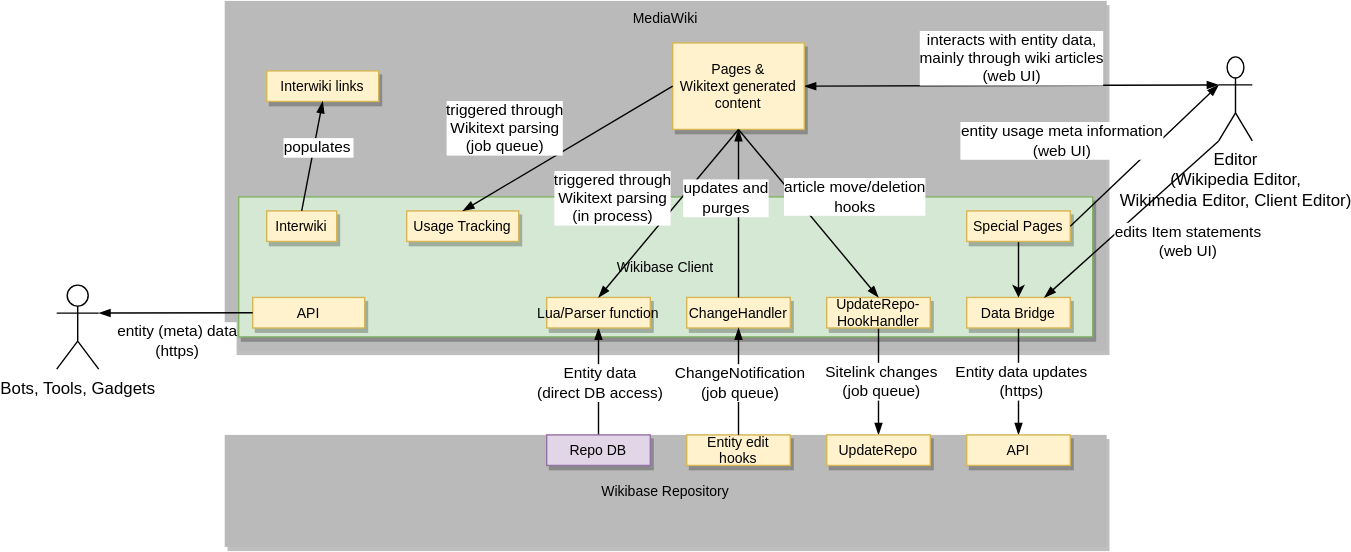
Before: systems/WikibaseClient/diagrams/03-technical-context.drawio.svg, a diagram exported from draw.io (wmde/wikidata-wikibase-architecture). Source tidied: cells renumbered, new cells last; positions are measured from the earlier drawing's top-left corner, leaving out a move shared by most shapes. Source of this version:
```xml
<mxGraphModel>
  <root>
    <mxCell id="0" />
    <mxCell id="1" parent="0" />
    <mxCell id="2" value="MediaWiki" style="rounded=0;shadow=1;fontSize=10;fontColor=#000000;strokeColor=none;direction=west;fillColor=#BABABA;verticalAlign=top;" parent="1" vertex="1">
      <mxGeometry x="120" width="630" height="250" as="geometry" />
    </mxCell>
    <mxCell id="3" value="Wikibase Repo" style="rounded=0;shadow=1;fontSize=10;fontColor=#000000;strokeColor=none;direction=west;fillColor=#BABABA;" parent="1" vertex="1">
      <mxGeometry x="120" y="310" width="630" height="80" as="geometry" />
    </mxCell>
    <mxCell id="4" style="endArrow=blockThin;strokeColor=#000000;fontSize=10;fontColor=#000000;strokeWidth=1;endFill=1;entryX=0;entryY=0.5;entryDx=0;entryDy=0;exitX=0;exitY=0.3333333333333333;exitDx=0;exitDy=0;exitPerimeter=0;startArrow=blockThin;startFill=1;" parent="1" edge="1" source="30" target="23">
      <mxGeometry relative="1" as="geometry" />
    </mxCell>
    <mxCell id="5" value="interacts with&amp;nbsp;entity data,&lt;br&gt;mainly through wiki articles&lt;br&gt;(web UI)" style="edgeLabel;html=1;align=center;verticalAlign=middle;" parent="4" vertex="1">
      <mxGeometry x="0.24" y="-1" relative="1" as="geometry">
        <mxPoint x="35" y="-19.6" as="offset" />
      </mxGeometry>
    </mxCell>
    <mxCell id="6" value="WikibaseClient" style="rounded=0;shadow=1;fontSize=10;strokeColor=#82b366;direction=west;fillColor=#d5e8d4;" parent="1" vertex="1">
      <mxGeometry x="130" y="140" width="610" height="100" as="geometry" />
    </mxCell>
    <mxCell id="7" style="rounded=0;jettySize=auto;html=1;endArrow=blockThin;endFill=1;exitX=0.5;exitY=0;exitDx=0;exitDy=0;" parent="1" edge="1" source="17" target="18">
      <mxGeometry relative="1" as="geometry" />
    </mxCell>
    <mxCell id="8" value="Sitelink changes&lt;br&gt;(job queue)" style="edgeLabel;html=1;align=center;verticalAlign=middle;" parent="7" vertex="1">
      <mxGeometry x="0.2" relative="1" as="geometry">
        <mxPoint x="1.2" y="-8" as="offset" />
      </mxGeometry>
    </mxCell>
    <mxCell id="9" style="rounded=0;jettySize=auto;html=1;entryX=0.5;entryY=0.542;entryDx=0;entryDy=0;endArrow=none;endFill=0;startArrow=blockThin;startFill=1;strokeWidth=1;entryPerimeter=0;exitX=0.5;exitY=0;exitDx=0;exitDy=0;" parent="1" edge="1" source="15" target="16">
      <mxGeometry relative="1" as="geometry" />
    </mxCell>
    <mxCell id="10" value="Entity data&lt;br&gt;(direct DB access)" style="edgeLabel;html=1;align=center;verticalAlign=middle;" parent="9" vertex="1">
      <mxGeometry x="0.14" y="-1" relative="1" as="geometry">
        <mxPoint x="1" y="-9.8" as="offset" />
      </mxGeometry>
    </mxCell>
    <mxCell id="11" style="rounded=0;jettySize=auto;html=1;endArrow=blockThin;endFill=1;entryX=0.5;entryY=1;entryDx=0;entryDy=0;exitX=0.5;exitY=0;exitDx=0;exitDy=0;" parent="1" edge="1" source="13" target="14">
      <mxGeometry relative="1" as="geometry" />
    </mxCell>
    <mxCell id="12" value="Entity data updates&lt;br&gt;(https)" style="edgeLabel;html=1;align=center;verticalAlign=middle;" parent="11" vertex="1">
      <mxGeometry x="0.2" relative="1" as="geometry">
        <mxPoint x="1.2" y="-8" as="offset" />
      </mxGeometry>
    </mxCell>
    <mxCell id="13" value="Data Bridge" style="rounded=0;shadow=1;fontSize=10;strokeColor=#d6b656;direction=west;fillColor=#fff2cc;" parent="1" vertex="1">
      <mxGeometry x="650" y="211.8" width="74" height="21.8" as="geometry" />
    </mxCell>
    <mxCell id="14" value="API" style="rounded=0;shadow=1;fontSize=10;strokeColor=#d6b656;direction=west;fillColor=#fff2cc;" parent="1" vertex="1">
      <mxGeometry x="650" y="310" width="74" height="21.8" as="geometry" />
    </mxCell>
    <mxCell id="15" value="Lua/Parser function" style="rounded=0;shadow=1;fontSize=10;strokeColor=#d6b656;direction=west;fillColor=#fff2cc;" parent="1" vertex="1">
      <mxGeometry x="350" y="211.8" width="74" height="21.8" as="geometry" />
    </mxCell>
    <mxCell id="16" value="Repo DB" style="rounded=0;shadow=1;fontSize=10;strokeColor=#9673a6;direction=west;fillColor=#e1d5e7;" parent="1" vertex="1">
      <mxGeometry x="350" y="310" width="74" height="21.8" as="geometry" />
    </mxCell>
    <mxCell id="17" value="UpdateRepo-&#10;HookHandler" style="rounded=0;shadow=1;fontSize=10;strokeColor=#d6b656;direction=west;fillColor=#fff2cc;" parent="1" vertex="1">
      <mxGeometry x="550" y="211.8" width="74" height="21.8" as="geometry" />
    </mxCell>
    <mxCell id="18" value="UpdateRepo" style="rounded=0;shadow=1;fontSize=10;strokeColor=#d6b656;direction=west;fillColor=#fff2cc;" parent="1" vertex="1">
      <mxGeometry x="550" y="310" width="74" height="21.8" as="geometry" />
    </mxCell>
    <mxCell id="19" value="ChangeHandler" style="rounded=0;shadow=1;fontSize=10;strokeColor=#d6b656;direction=west;fillColor=#fff2cc;" parent="1" vertex="1">
      <mxGeometry x="450" y="211.8" width="74" height="21.8" as="geometry" />
    </mxCell>
    <mxCell id="20" value="Entity edit&#10;hooks" style="rounded=0;shadow=1;fontSize=10;strokeColor=#d6b656;direction=west;fillColor=#fff2cc;" parent="1" vertex="1">
      <mxGeometry x="450" y="310" width="74" height="21.8" as="geometry" />
    </mxCell>
    <mxCell id="21" style="rounded=0;jettySize=auto;html=1;endArrow=blockThin;endFill=1;entryX=0.5;entryY=0;entryDx=0;entryDy=0;exitX=0.5;exitY=1;exitDx=0;exitDy=0;" parent="1" edge="1" source="20" target="19">
      <mxGeometry relative="1" as="geometry" />
    </mxCell>
    <mxCell id="22" value="ChangeNotification&lt;br&gt;(job queue)" style="edgeLabel;html=1;align=center;verticalAlign=middle;" parent="21" vertex="1">
      <mxGeometry x="0.2" relative="1" as="geometry">
        <mxPoint x="0.1" y="8" as="offset" />
      </mxGeometry>
    </mxCell>
    <mxCell id="23" value="Pages &amp; &#10;Wikitext generated&#10;content" style="rounded=0;shadow=1;fontSize=10;strokeColor=#d6b656;direction=west;fillColor=#fff2cc;" parent="1" vertex="1">
      <mxGeometry x="440" y="30" width="94" height="61.8" as="geometry" />
    </mxCell>
    <mxCell id="24" style="rounded=0;jettySize=auto;html=1;endArrow=blockThin;endFill=1;exitX=0.5;exitY=0;exitDx=0;exitDy=0;entryX=0.5;entryY=1;entryDx=0;entryDy=0;" parent="1" edge="1" source="23" target="15">
      <mxGeometry relative="1" as="geometry" />
    </mxCell>
    <mxCell id="25" value="triggered through&lt;br&gt;Wikitext parsing&lt;br&gt;(in process)" style="edgeLabel;html=1;align=center;verticalAlign=middle;" parent="24" vertex="1">
      <mxGeometry x="0.2" relative="1" as="geometry">
        <mxPoint x="-30" y="-23.8" as="offset" />
      </mxGeometry>
    </mxCell>
    <mxCell id="26" style="rounded=0;jettySize=auto;html=1;endArrow=blockThin;endFill=1;entryX=0.5;entryY=0;entryDx=0;entryDy=0;exitX=0.5;exitY=1;exitDx=0;exitDy=0;" parent="1" edge="1" source="19" target="23">
      <mxGeometry relative="1" as="geometry" />
    </mxCell>
    <mxCell id="27" value="updates and&lt;br&gt;purges" style="edgeLabel;html=1;align=center;verticalAlign=middle;" parent="26" vertex="1">
      <mxGeometry x="0.2" relative="1" as="geometry">
        <mxPoint x="-10" y="0.2" as="offset" />
      </mxGeometry>
    </mxCell>
    <mxCell id="28" style="rounded=0;jettySize=auto;html=1;endArrow=blockThin;endFill=1;exitX=0.5;exitY=0;exitDx=0;exitDy=0;entryX=0.5;entryY=1;entryDx=0;entryDy=0;" parent="1" edge="1" source="23" target="17">
      <mxGeometry relative="1" as="geometry" />
    </mxCell>
    <mxCell id="29" value="article move/deletion&lt;br&gt;hooks" style="edgeLabel;html=1;align=center;verticalAlign=middle;" parent="28" vertex="1">
      <mxGeometry x="0.2" relative="1" as="geometry">
        <mxPoint x="21.9" y="-24.1" as="offset" />
      </mxGeometry>
    </mxCell>
    <mxCell id="30" value="Editor&lt;br&gt;(Wikipedia Editor,&lt;br&gt;Wikimedia Editor, Client Editor)" style="shape=umlActor;verticalLabelPosition=bottom;verticalAlign=top;html=1;outlineConnect=0;" parent="1" vertex="1">
      <mxGeometry x="830" y="40" width="24" height="60" as="geometry" />
    </mxCell>
    <mxCell id="31" style="endArrow=blockThin;strokeColor=#000000;fontSize=10;fontColor=#000000;strokeWidth=1;endFill=1;entryX=0.25;entryY=1;entryDx=0;entryDy=0;exitX=0;exitY=1;exitDx=0;exitDy=0;exitPerimeter=0;" parent="1" edge="1" source="30" target="13">
      <mxGeometry relative="1" as="geometry" />
    </mxCell>
    <mxCell id="32" value="edits Item statements&lt;br&gt;(web UI)" style="edgeLabel;html=1;align=center;verticalAlign=middle;" parent="31" vertex="1">
      <mxGeometry x="0.24" y="-1" relative="1" as="geometry">
        <mxPoint x="55.3" y="3.1" as="offset" />
      </mxGeometry>
    </mxCell>
    <mxCell id="33" style="edgeStyle=orthogonalEdgeStyle;rounded=0;jettySize=auto;html=1;" parent="1" edge="1" source="34" target="13">
      <mxGeometry relative="1" as="geometry" />
    </mxCell>
    <mxCell id="34" value="Special Pages" style="rounded=0;shadow=1;fontSize=10;strokeColor=#d6b656;direction=west;fillColor=#fff2cc;" parent="1" vertex="1">
      <mxGeometry x="650" y="150" width="74" height="21.8" as="geometry" />
    </mxCell>
    <mxCell id="35" style="endArrow=blockThin;strokeColor=#000000;fontSize=10;fontColor=#000000;strokeWidth=1;endFill=1;entryX=0;entryY=0.3333333333333333;entryDx=0;entryDy=0;exitX=0;exitY=0.5;exitDx=0;exitDy=0;entryPerimeter=0;" parent="1" edge="1" source="34" target="30">
      <mxGeometry relative="1" as="geometry" />
    </mxCell>
    <mxCell id="36" value="entity usage meta information&lt;br&gt;(web UI)" style="edgeLabel;html=1;align=center;verticalAlign=middle;" parent="35" vertex="1">
      <mxGeometry x="0.24" y="-1" relative="1" as="geometry">
        <mxPoint x="-72.6" y="0.9" as="offset" />
      </mxGeometry>
    </mxCell>
    <mxCell id="37" value="API" style="rounded=0;shadow=1;fontSize=10;strokeColor=#d6b656;direction=west;fillColor=#fff2cc;" parent="1" vertex="1">
      <mxGeometry x="140" y="211.8" width="80" height="21.8" as="geometry" />
    </mxCell>
    <mxCell id="38" value="Bots, Tools, Gadgets" style="shape=umlActor;verticalLabelPosition=bottom;verticalAlign=top;html=1;outlineConnect=0;" parent="1" vertex="1">
      <mxGeometry y="203" width="30" height="60" as="geometry" />
    </mxCell>
    <mxCell id="39" style="endArrow=blockThin;strokeColor=#000000;fontSize=10;fontColor=#000000;strokeWidth=1;endFill=1;entryX=1;entryY=0.3333333333333333;entryDx=0;entryDy=0;exitX=1;exitY=0.5;exitDx=0;exitDy=0;entryPerimeter=0;" parent="1" edge="1" source="37" target="38">
      <mxGeometry relative="1" as="geometry" />
    </mxCell>
    <mxCell id="40" value="entity (meta) data&lt;br&gt;(https)" style="edgeLabel;html=1;align=center;verticalAlign=middle;" parent="39" vertex="1">
      <mxGeometry x="0.24" y="-1" relative="1" as="geometry">
        <mxPoint x="14" y="20.6" as="offset" />
      </mxGeometry>
    </mxCell>
    <mxCell id="41" value="Usage Tracking" style="rounded=0;shadow=1;fontSize=10;strokeColor=#d6b656;direction=west;fillColor=#fff2cc;" parent="1" vertex="1">
      <mxGeometry x="250" y="150" width="80" height="21.8" as="geometry" />
    </mxCell>
    <mxCell id="42" style="rounded=0;jettySize=auto;html=1;endArrow=blockThin;endFill=1;exitX=1;exitY=0.5;exitDx=0;exitDy=0;entryX=0.5;entryY=1;entryDx=0;entryDy=0;" parent="1" edge="1" source="23" target="41">
      <mxGeometry relative="1" as="geometry" />
    </mxCell>
    <mxCell id="43" value="triggered through&lt;br&gt;Wikitext parsing&lt;br&gt;(job queue)" style="edgeLabel;html=1;align=center;verticalAlign=middle;" parent="42" vertex="1">
      <mxGeometry x="0.2" relative="1" as="geometry">
        <mxPoint x="-30" y="-23.8" as="offset" />
      </mxGeometry>
    </mxCell>
    <mxCell id="44" value="Interwiki" style="rounded=0;shadow=1;fontSize=10;strokeColor=#d6b656;direction=west;fillColor=#fff2cc;" parent="1" vertex="1">
      <mxGeometry x="150" y="150" width="50" height="21.8" as="geometry" />
    </mxCell>
    <mxCell id="45" value="Interwiki links" style="rounded=0;shadow=1;fontSize=10;strokeColor=#d6b656;direction=west;fillColor=#fff2cc;" parent="1" vertex="1">
      <mxGeometry x="150" y="50" width="80" height="21.8" as="geometry" />
    </mxCell>
    <mxCell id="46" style="rounded=0;jettySize=auto;endArrow=blockThin;endFill=1;entryX=0.5;entryY=0;entryDx=0;entryDy=0;exitX=0.5;exitY=1;exitDx=0;exitDy=0;" parent="1" edge="1" source="44" target="45">
      <mxGeometry relative="1" as="geometry" />
    </mxCell>
    <mxCell id="47" value="populates" style="edgeLabel;align=center;verticalAlign=middle;" parent="46" vertex="1">
      <mxGeometry x="0.2" relative="1" as="geometry">
        <mxPoint x="1.9" y="0.4" as="offset" />
      </mxGeometry>
    </mxCell>
  </root>
</mxGraphModel>
```
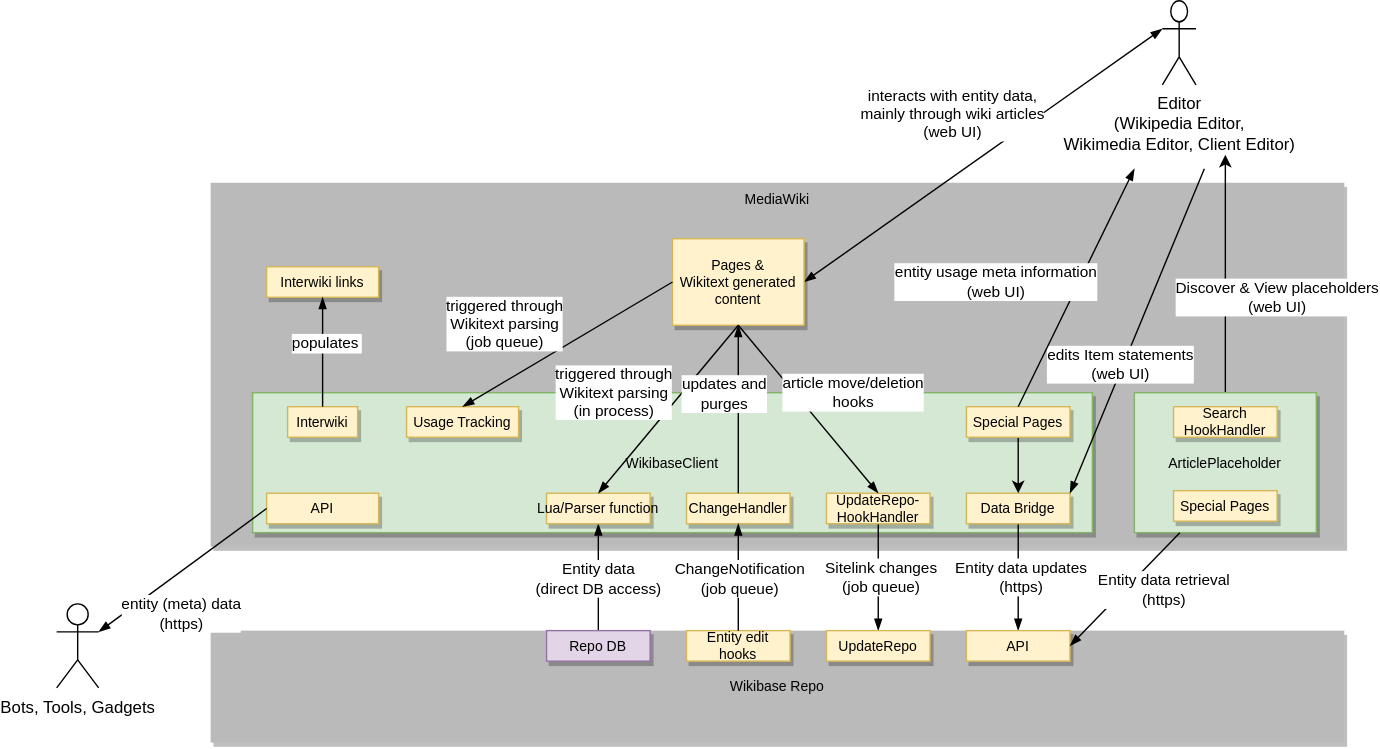
After the change.

Commit message:
Client: Add ArticlePlaceholder to tech context (#132)

* Client: Add ArticlePlaceholder to technical context

* Client: Add ArticlePlaceholder bits to tech context table

What changed in the source:
```diff
@@ -3,21 +3,21 @@
     <mxCell id="0" />
     <mxCell id="1" parent="0" />
     <mxCell id="2" value="MediaWiki" style="rounded=0;shadow=1;fontSize=10;fontColor=#000000;strokeColor=none;direction=west;fillColor=#BABABA;verticalAlign=top;" parent="1" vertex="1">
-      <mxGeometry x="120" width="630" height="250" as="geometry" />
+      <mxGeometry x="110" y="-10" width="810" height="260" as="geometry" />
     </mxCell>
     <mxCell id="3" value="Wikibase Repo" style="rounded=0;shadow=1;fontSize=10;fontColor=#000000;strokeColor=none;direction=west;fillColor=#BABABA;" parent="1" vertex="1">
-      <mxGeometry x="120" y="310" width="630" height="80" as="geometry" />
+      <mxGeometry x="110" y="310" width="810" height="80" as="geometry" />
     </mxCell>
     <mxCell id="4" style="endArrow=blockThin;strokeColor=#000000;fontSize=10;fontColor=#000000;strokeWidth=1;endFill=1;entryX=0;entryY=0.5;entryDx=0;entryDy=0;exitX=0;exitY=0.3333333333333333;exitDx=0;exitDy=0;exitPerimeter=0;startArrow=blockThin;startFill=1;" parent="1" edge="1" source="30" target="23">
       <mxGeometry relative="1" as="geometry" />
     </mxCell>
     <mxCell id="5" value="interacts with&amp;nbsp;entity data,&lt;br&gt;mainly through wiki articles&lt;br&gt;(web UI)" style="edgeLabel;html=1;align=center;verticalAlign=middle;" parent="4" vertex="1">
       <mxGeometry x="0.24" y="-1" relative="1" as="geometry">
-        <mxPoint x="35" y="-19.6" as="offset" />
+        <mxPoint x="9" y="-51" as="offset" />
       </mxGeometry>
     </mxCell>
     <mxCell id="6" value="WikibaseClient" style="rounded=0;shadow=1;fontSize=10;strokeColor=#82b366;direction=west;fillColor=#d5e8d4;" parent="1" vertex="1">
-      <mxGeometry x="130" y="140" width="610" height="100" as="geometry" />
+      <mxGeometry x="140" y="140" width="600" height="100" as="geometry" />
     </mxCell>
     <mxCell id="7" style="rounded=0;jettySize=auto;html=1;endArrow=blockThin;endFill=1;exitX=0.5;exitY=0;exitDx=0;exitDy=0;" parent="1" edge="1" source="17" target="18">
       <mxGeometry relative="1" as="geometry" />
@@ -103,14 +103,16 @@
       </mxGeometry>
     </mxCell>
     <mxCell id="30" value="Editor&lt;br&gt;(Wikipedia Editor,&lt;br&gt;Wikimedia Editor, Client Editor)" style="shape=umlActor;verticalLabelPosition=bottom;verticalAlign=top;html=1;outlineConnect=0;" parent="1" vertex="1">
-      <mxGeometry x="830" y="40" width="24" height="60" as="geometry" />
+      <mxGeometry x="790" y="-140" width="24" height="60" as="geometry" />
     </mxCell>
-    <mxCell id="31" style="endArrow=blockThin;strokeColor=#000000;fontSize=10;fontColor=#000000;strokeWidth=1;endFill=1;entryX=0.25;entryY=1;entryDx=0;entryDy=0;exitX=0;exitY=1;exitDx=0;exitDy=0;exitPerimeter=0;" parent="1" edge="1" source="30" target="13">
-      <mxGeometry relative="1" as="geometry" />
+    <mxCell id="31" style="endArrow=blockThin;strokeColor=#000000;fontSize=10;fontColor=#000000;strokeWidth=1;endFill=1;entryX=0;entryY=1;entryDx=0;entryDy=0;" parent="1" edge="1" target="13">
+      <mxGeometry relative="1" as="geometry">
+        <mxPoint x="820" y="-20" as="sourcePoint" />
+      </mxGeometry>
     </mxCell>
     <mxCell id="32" value="edits Item statements&lt;br&gt;(web UI)" style="edgeLabel;html=1;align=center;verticalAlign=middle;" parent="31" vertex="1">
       <mxGeometry x="0.24" y="-1" relative="1" as="geometry">
-        <mxPoint x="55.3" y="3.1" as="offset" />
+        <mxPoint y="-3" as="offset" />
       </mxGeometry>
     </mxCell>
     <mxCell id="33" style="edgeStyle=orthogonalEdgeStyle;rounded=0;jettySize=auto;html=1;" parent="1" edge="1" source="34" target="13">
@@ -119,19 +121,21 @@
     <mxCell id="34" value="Special Pages" style="rounded=0;shadow=1;fontSize=10;strokeColor=#d6b656;direction=west;fillColor=#fff2cc;" parent="1" vertex="1">
       <mxGeometry x="650" y="150" width="74" height="21.8" as="geometry" />
     </mxCell>
-    <mxCell id="35" style="endArrow=blockThin;strokeColor=#000000;fontSize=10;fontColor=#000000;strokeWidth=1;endFill=1;entryX=0;entryY=0.3333333333333333;entryDx=0;entryDy=0;exitX=0;exitY=0.5;exitDx=0;exitDy=0;entryPerimeter=0;" parent="1" edge="1" source="34" target="30">
-      <mxGeometry relative="1" as="geometry" />
+    <mxCell id="35" style="endArrow=blockThin;strokeColor=#000000;fontSize=10;fontColor=#000000;strokeWidth=1;endFill=1;exitX=0.5;exitY=1;exitDx=0;exitDy=0;" parent="1" edge="1" source="34">
+      <mxGeometry relative="1" as="geometry">
+        <mxPoint x="770" y="-20" as="targetPoint" />
+      </mxGeometry>
     </mxCell>
     <mxCell id="36" value="entity usage meta information&lt;br&gt;(web UI)" style="edgeLabel;html=1;align=center;verticalAlign=middle;" parent="35" vertex="1">
       <mxGeometry x="0.24" y="-1" relative="1" as="geometry">
-        <mxPoint x="-72.6" y="0.9" as="offset" />
+        <mxPoint x="-69" y="16" as="offset" />
       </mxGeometry>
     </mxCell>
     <mxCell id="37" value="API" style="rounded=0;shadow=1;fontSize=10;strokeColor=#d6b656;direction=west;fillColor=#fff2cc;" parent="1" vertex="1">
-      <mxGeometry x="140" y="211.8" width="80" height="21.8" as="geometry" />
+      <mxGeometry x="150" y="211.8" width="80" height="21.8" as="geometry" />
     </mxCell>
     <mxCell id="38" value="Bots, Tools, Gadgets" style="shape=umlActor;verticalLabelPosition=bottom;verticalAlign=top;html=1;outlineConnect=0;" parent="1" vertex="1">
-      <mxGeometry y="203" width="30" height="60" as="geometry" />
+      <mxGeometry y="290.9" width="30" height="60" as="geometry" />
     </mxCell>
     <mxCell id="39" style="endArrow=blockThin;strokeColor=#000000;fontSize=10;fontColor=#000000;strokeWidth=1;endFill=1;entryX=1;entryY=0.3333333333333333;entryDx=0;entryDy=0;exitX=1;exitY=0.5;exitDx=0;exitDy=0;entryPerimeter=0;" parent="1" edge="1" source="37" target="38">
       <mxGeometry relative="1" as="geometry" />
@@ -153,7 +157,7 @@
       </mxGeometry>
     </mxCell>
     <mxCell id="44" value="Interwiki" style="rounded=0;shadow=1;fontSize=10;strokeColor=#d6b656;direction=west;fillColor=#fff2cc;" parent="1" vertex="1">
-      <mxGeometry x="150" y="150" width="50" height="21.8" as="geometry" />
+      <mxGeometry x="165" y="150" width="50" height="21.8" as="geometry" />
     </mxCell>
     <mxCell id="45" value="Interwiki links" style="rounded=0;shadow=1;fontSize=10;strokeColor=#d6b656;direction=west;fillColor=#fff2cc;" parent="1" vertex="1">
       <mxGeometry x="150" y="50" width="80" height="21.8" as="geometry" />
@@ -166,5 +170,30 @@
         <mxPoint x="1.9" y="0.4" as="offset" />
       </mxGeometry>
     </mxCell>
+    <mxCell id="48" style="edgeStyle=orthogonalEdgeStyle;rounded=0;jettySize=auto;html=1;" parent="1" edge="1" source="49">
+      <mxGeometry relative="1" as="geometry">
+        <mxPoint x="835" y="-30" as="targetPoint" />
+      </mxGeometry>
+    </mxCell>
+    <mxCell id="49" value="ArticlePlaceholder" style="rounded=0;shadow=1;fontSize=10;strokeColor=#82b366;direction=west;fillColor=#d5e8d4;" parent="1" vertex="1">
+      <mxGeometry x="770" y="140" width="130" height="100" as="geometry" />
+    </mxCell>
+    <mxCell id="50" value="Search&#10;HookHandler" style="rounded=0;shadow=1;fontSize=10;strokeColor=#d6b656;direction=west;fillColor=#fff2cc;" parent="1" vertex="1">
+      <mxGeometry x="798" y="150" width="74" height="21.8" as="geometry" />
+    </mxCell>
+    <mxCell id="51" style="rounded=0;jettySize=auto;html=1;endArrow=blockThin;endFill=1;exitX=0.75;exitY=0;exitDx=0;exitDy=0;entryX=0;entryY=0.5;entryDx=0;entryDy=0;" parent="1" edge="1" source="49" target="14">
+      <mxGeometry relative="1" as="geometry" />
+    </mxCell>
+    <mxCell id="52" value="Entity data retrieval&lt;br&gt;(https)" style="edgeLabel;html=1;align=center;verticalAlign=middle;" parent="51" vertex="1">
+      <mxGeometry x="0.2" relative="1" as="geometry">
+        <mxPoint x="35" y="-8" as="offset" />
+      </mxGeometry>
+    </mxCell>
+    <mxCell id="53" value="Special Pages" style="rounded=0;shadow=1;fontSize=10;strokeColor=#d6b656;direction=west;fillColor=#fff2cc;" parent="1" vertex="1">
+      <mxGeometry x="798" y="210" width="74" height="21.8" as="geometry" />
+    </mxCell>
+    <mxCell id="54" value="Discover &amp;amp; View placeholders&lt;br&gt;(web UI)" style="edgeLabel;html=1;align=center;verticalAlign=middle;" parent="1" vertex="1">
+      <mxGeometry x="872" y="71.8" as="geometry" />
+    </mxCell>
   </root>
 </mxGraphModel>
```
